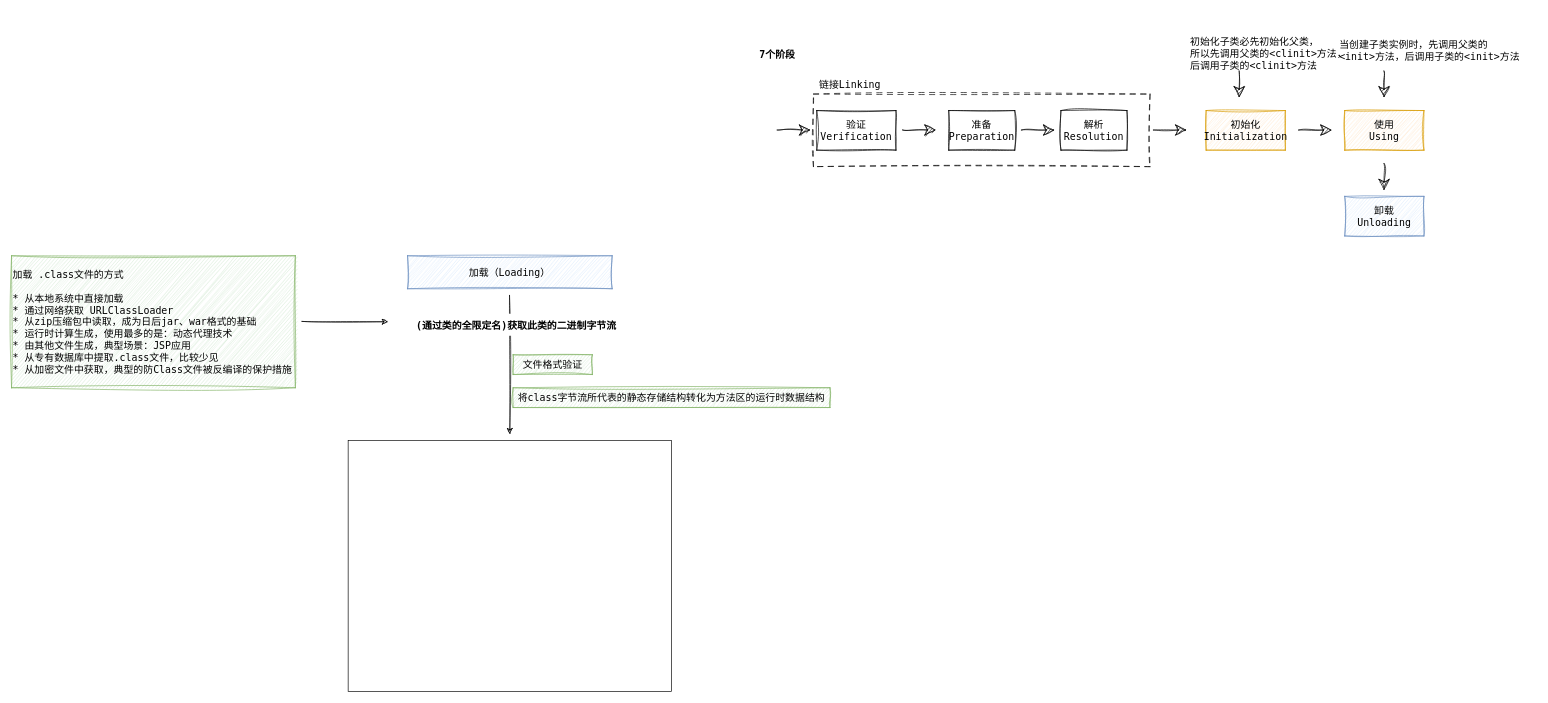
Before: page "类的生命周期" (2 of 5) of Drawio/JDK.drawio in xinzhuxiansheng/blog-notes, a draw.io diagram. Source tidied: cells renumbered, new cells numbered last; positions are measured from the earlier drawing's top-left corner, leaving out a move shared by most shapes. Both pictures are drawn from the tidied source at 66%, with x=0, y=0 at pixel (11, 31).
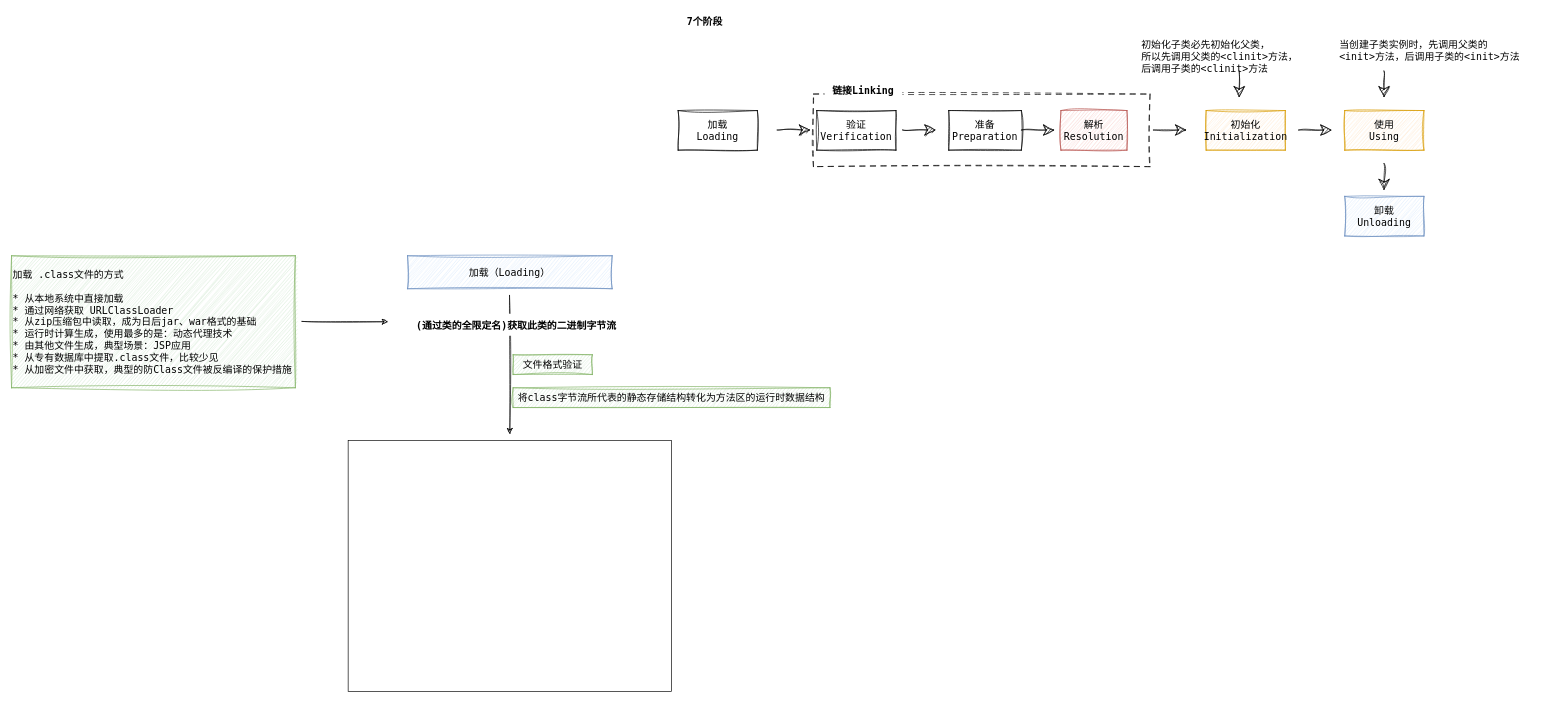
Above is the later version.

What changed in the source:
```diff
@@
     <mxCell id="11" value="初始化子类必先初始化父类，&lt;br style=&quot;font-size: 15px;&quot;&gt;所以先调用父类的&amp;lt;clinit&amp;gt;方法，&lt;br style=&quot;font-size: 15px;&quot;&gt;后调用子类的&amp;lt;clinit&amp;gt;方法" style="text;html=1;align=left;verticalAlign=top;strokeColor=none;fillColor=none;fontFamily=Lucida Console;fontSize=15;sketch=1;curveFitting=1;jiggle=2;" parent="1" vertex="1">
-      <mxGeometry x="1784" width="260" height="70" as="geometry" />
+      <mxGeometry x="1710" y="5" width="260" height="70" as="geometry" />
     </mxCell>
@@
     <mxCell id="15" value="7个阶段" style="text;html=1;align=center;verticalAlign=middle;strokeColor=none;fillColor=none;fontStyle=1;fontSize=15;fontFamily=Lucida Console;sketch=1;curveFitting=1;jiggle=2;" parent="1" vertex="1">
-      <mxGeometry x="1120" y="20" width="80" height="30" as="geometry" />
+      <mxGeometry x="1010" y="-30" width="80" height="30" as="geometry" />
     </mxCell>
@@
     <mxCell id="17" value="准备&lt;br style=&quot;font-size: 15px;&quot;&gt;Preparation" style="rounded=0;whiteSpace=wrap;html=1;fontFamily=Lucida Console;fontSize=15;sketch=1;curveFitting=1;jiggle=2;" parent="1" vertex="1">
-      <mxGeometry x="1420" y="120" width="100" height="60" as="geometry" />
+      <mxGeometry x="1420" y="120" width="110" height="60" as="geometry" />
     </mxCell>
-    <mxCell id="18" value="解析&lt;br style=&quot;font-size: 15px;&quot;&gt;Resolution" style="rounded=0;whiteSpace=wrap;html=1;fontFamily=Lucida Console;fontSize=15;sketch=1;curveFitting=1;jiggle=2;" parent="1" vertex="1">
+    <mxCell id="18" value="解析&lt;br style=&quot;font-size: 15px;&quot;&gt;Resolution" style="rounded=0;whiteSpace=wrap;html=1;fontFamily=Lucida Console;fontSize=15;sketch=1;curveFitting=1;jiggle=2;fillColor=#f8cecc;strokeColor=#b85450;" parent="1" vertex="1">
       <mxGeometry x="1590" y="120" width="100" height="60" as="geometry" />
     </mxCell>
@@
-    <mxCell id="21" value="链接&lt;span style=&quot;font-size: 15px;&quot;&gt;Linking&lt;/span&gt;" style="text;html=1;align=center;verticalAlign=middle;strokeColor=none;fillColor=none;fontFamily=Lucida Console;fontSize=15;sketch=1;curveFitting=1;jiggle=2;" parent="1" vertex="1">
-      <mxGeometry x="1210" y="65" width="120" height="30" as="geometry" />
+    <mxCell id="21" value="链接&lt;span style=&quot;font-size: 15px;&quot;&gt;Linking&lt;/span&gt;" style="text;html=1;align=center;verticalAlign=middle;strokeColor=none;fillColor=default;fontFamily=Lucida Console;fontSize=15;sketch=1;curveFitting=1;jiggle=2;fontStyle=1;" parent="1" vertex="1">
+      <mxGeometry x="1230" y="75" width="120" height="30" as="geometry" />
     </mxCell>
@@
-    <mxCell id="28" style="rounded=0;whiteSpace=wrap;html=1;" parent="1" vertex="1">
+    <mxCell id="28" style="rounded=0;whiteSpace=wrap;html=1;fontFamily=Lucida Console;fontSize=15;" parent="1" vertex="1">
       <mxGeometry x="510" y="620" width="490" height="380" as="geometry" />
     </mxCell>
+    <mxCell id="29" value="加载&lt;br style=&quot;font-size: 15px;&quot;&gt;Loading" style="rounded=0;whiteSpace=wrap;html=1;fontFamily=Lucida Console;fontSize=15;sketch=1;curveFitting=1;jiggle=2;" parent="1" vertex="1">
+      <mxGeometry x="1010" y="120" width="120" height="60" as="geometry" />
+    </mxCell>
```
